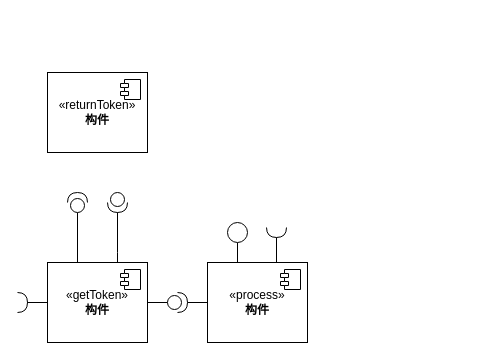
The draw.io diagram MXX-EXAMPLE-ATOMIC.drawio in WFUing/GRADUATION, before the edit. Source tidied: cells renumbered, new cells numbered last; positions are measured from the earlier drawing's top-left corner, leaving out a move shared by most shapes. Both pictures are drawn from the tidied source at 100%, with x=0, y=0 at pixel (17, 72).
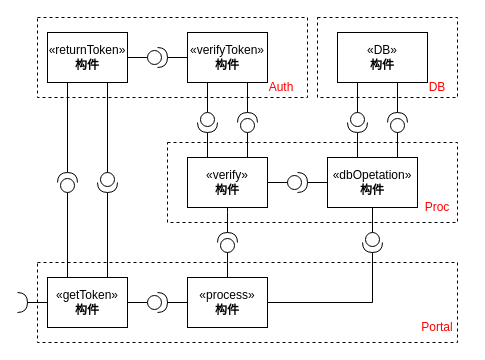
The same diagram, later.

What changed in the source:
```diff
@@
+    <mxCell id="21" style="rounded=0;whiteSpace=wrap;html=1;dashed=1;" parent="1" vertex="1">
+      <mxGeometry x="20" y="-55" width="270" height="80" as="geometry" />
+    </mxCell>
+    <mxCell id="22" style="rounded=0;whiteSpace=wrap;html=1;dashed=1;" parent="1" vertex="1">
+      <mxGeometry x="300" y="-55" width="140" height="80" as="geometry" />
+    </mxCell>
+    <mxCell id="23" style="rounded=0;whiteSpace=wrap;html=1;dashed=1;" parent="1" vertex="1">
+      <mxGeometry x="150" y="70" width="290" height="80" as="geometry" />
+    </mxCell>
+    <mxCell id="24" style="rounded=0;whiteSpace=wrap;html=1;dashed=1;" parent="1" vertex="1">
+      <mxGeometry x="20" y="190" width="420" height="80" as="geometry" />
+    </mxCell>
@@
     <mxCell id="4" value="«getToken»&lt;br&gt;&lt;b&gt;构件&lt;/b&gt;" style="html=1;whiteSpace=wrap;" parent="1" vertex="1">
-      <mxGeometry x="30" y="190" width="100" height="80" as="geometry" />
+      <mxGeometry x="30" y="205" width="80" height="50" as="geometry" />
     </mxCell>
-    <mxCell id="5" style="shape=module;jettyWidth=8;jettyHeight=4;" parent="4" vertex="1">
-      <mxGeometry x="1" width="20" height="20" relative="1" as="geometry">
-        <mxPoint x="-27" y="7" as="offset" />
-      </mxGeometry>
-    </mxCell>
-    <mxCell id="6" style="edgeStyle=orthogonalEdgeStyle;rounded=0;jettySize=auto;html=1;exitX=1;exitY=0.5;exitDx=0;exitDy=0;exitPerimeter=0;" parent="1" edge="1" source="17" target="8">
-      <mxGeometry relative="1" as="geometry" />
-    </mxCell>
+    <mxCell id="25" style="edgeStyle=orthogonalEdgeStyle;rounded=0;jettySize=auto;html=1;entryX=1;entryY=0.5;entryDx=0;entryDy=0;entryPerimeter=0;endArrow=none;endFill=0;" parent="1" edge="1" source="7" target="17">
+      <mxGeometry relative="1" as="geometry" />
+    </mxCell>
     <mxCell id="7" value="«process»&lt;br&gt;&lt;b&gt;构件&lt;/b&gt;" style="html=1;whiteSpace=wrap;" parent="1" vertex="1">
-      <mxGeometry x="190" y="190" width="100" height="80" as="geometry" />
+      <mxGeometry x="170" y="205" width="80" height="50" as="geometry" />
     </mxCell>
-    <mxCell id="8" style="shape=module;jettyWidth=8;jettyHeight=4;" parent="7" vertex="1">
-      <mxGeometry x="1" width="20" height="20" relative="1" as="geometry">
-        <mxPoint x="-27" y="7" as="offset" />
-      </mxGeometry>
-    </mxCell>
@@
-    <mxCell id="10" style="edgeStyle=orthogonalEdgeStyle;rounded=0;jettySize=auto;html=1;endArrow=none;endFill=0;entryX=0.5;entryY=0;entryDx=0;entryDy=0;" parent="1" edge="1" target="4">
+    <mxCell id="10" style="edgeStyle=orthogonalEdgeStyle;rounded=0;jettySize=auto;html=1;endArrow=none;endFill=0;entryX=0.5;entryY=0;entryDx=0;entryDy=0;exitX=0;exitY=0.5;exitDx=0;exitDy=0;exitPerimeter=0;" parent="1" edge="1" source="18" target="4">
       <mxGeometry relative="1" as="geometry">
-        <mxPoint x="60" y="140" as="sourcePoint" />
         <Array as="points">
-          <mxPoint x="60" y="190" />
+          <mxPoint x="50" y="205" />
         </Array>
       </mxGeometry>
     </mxCell>
-    <mxCell id="11" style="edgeStyle=orthogonalEdgeStyle;rounded=0;jettySize=auto;html=1;endArrow=none;endFill=0;" parent="1" edge="1" source="12" target="7">
-      <mxGeometry relative="1" as="geometry" />
-    </mxCell>
-    <mxCell id="12" style="ellipse;" parent="1" vertex="1">
-      <mxGeometry x="210" y="150" width="20" height="20" as="geometry" />
-    </mxCell>
-    <mxCell id="13" style="edgeStyle=orthogonalEdgeStyle;rounded=0;jettySize=auto;html=1;endArrow=none;endFill=0;" parent="1" edge="1" source="14" target="7">
-      <mxGeometry relative="1" as="geometry">
-        <Array as="points">
-          <mxPoint x="250" y="190" />
-          <mxPoint x="250" y="190" />
-        </Array>
-      </mxGeometry>
-    </mxCell>
-    <mxCell id="14" style="shape=requiredInterface;html=1;verticalLabelPosition=bottom;sketch=0;rotation=90;" parent="1" vertex="1">
-      <mxGeometry x="254" y="150" width="10" height="20" as="geometry" />
-    </mxCell>
     <mxCell id="15" value="«returnToken»&lt;br&gt;&lt;b&gt;构件&lt;/b&gt;" style="html=1;whiteSpace=wrap;" parent="1" vertex="1">
-      <mxGeometry x="30" width="100" height="80" as="geometry" />
+      <mxGeometry x="30" y="-40" width="80" height="50" as="geometry" />
     </mxCell>
-    <mxCell id="16" style="shape=module;jettyWidth=8;jettyHeight=4;" parent="15" vertex="1">
-      <mxGeometry x="1" width="20" height="20" relative="1" as="geometry">
-        <mxPoint x="-27" y="7" as="offset" />
-      </mxGeometry>
-    </mxCell>
     <mxCell id="17" style="shape=providedRequiredInterface;html=1;verticalLabelPosition=bottom;sketch=0;" parent="1" vertex="1">
-      <mxGeometry x="150" y="220" width="20" height="20" as="geometry" />
+      <mxGeometry x="130" y="220" width="20" height="20" as="geometry" />
     </mxCell>
     <mxCell id="18" style="shape=providedRequiredInterface;html=1;verticalLabelPosition=bottom;sketch=0;rotation=-90;" parent="1" vertex="1">
-      <mxGeometry x="50" y="120" width="20" height="20" as="geometry" />
+      <mxGeometry x="40" y="100" width="20" height="20" as="geometry" />
     </mxCell>
+    <mxCell id="20" style="shape=providedRequiredInterface;html=1;verticalLabelPosition=bottom;sketch=0;rotation=90;" parent="1" vertex="1">
+      <mxGeometry x="80" y="100" width="20" height="20" as="geometry" />
+    </mxCell>
+    <mxCell id="26" style="shape=providedRequiredInterface;html=1;verticalLabelPosition=bottom;sketch=0;rotation=0;" parent="1" vertex="1">
+      <mxGeometry x="130" y="-25" width="20" height="20" as="geometry" />
+    </mxCell>
+    <mxCell id="27" style="edgeStyle=orthogonalEdgeStyle;rounded=0;jettySize=auto;html=1;endArrow=none;endFill=0;exitX=1;exitY=0.5;exitDx=0;exitDy=0;entryX=0;entryY=0.5;entryDx=0;entryDy=0;entryPerimeter=0;" parent="1" edge="1" source="15" target="26">
+      <mxGeometry relative="1" as="geometry" />
+    </mxCell>
+    <mxCell id="28" value="«verify»&lt;br&gt;&lt;b&gt;构件&lt;/b&gt;" style="html=1;whiteSpace=wrap;" parent="1" vertex="1">
+      <mxGeometry x="170" y="85" width="80" height="50" as="geometry" />
+    </mxCell>
+    <mxCell id="29" value="«verifyToken»&lt;br&gt;&lt;b&gt;构件&lt;/b&gt;" style="html=1;whiteSpace=wrap;" parent="1" vertex="1">
+      <mxGeometry x="170" y="-40" width="80" height="50" as="geometry" />
+    </mxCell>
+    <mxCell id="30" style="edgeStyle=orthogonalEdgeStyle;rounded=0;jettySize=auto;html=1;endArrow=none;endFill=0;exitX=1;exitY=0.5;exitDx=0;exitDy=0;entryX=0;entryY=0.5;entryDx=0;entryDy=0;exitPerimeter=0;" parent="1" edge="1" source="26" target="29">
+      <mxGeometry relative="1" as="geometry" />
+    </mxCell>
+    <mxCell id="31" style="shape=providedRequiredInterface;html=1;verticalLabelPosition=bottom;sketch=0;rotation=-90;" parent="1" vertex="1">
+      <mxGeometry x="220" y="40" width="20" height="20" as="geometry" />
+    </mxCell>
+    <mxCell id="32" style="edgeStyle=orthogonalEdgeStyle;rounded=0;jettySize=auto;html=1;endArrow=none;endFill=0;exitX=0.5;exitY=1;exitDx=0;exitDy=0;entryX=1;entryY=0.5;entryDx=0;entryDy=0;entryPerimeter=0;" parent="1" edge="1" source="29" target="31">
+      <mxGeometry relative="1" as="geometry">
+        <Array as="points">
+          <mxPoint x="230" y="10" />
+        </Array>
+      </mxGeometry>
+    </mxCell>
+    <mxCell id="33" style="edgeStyle=orthogonalEdgeStyle;rounded=0;jettySize=auto;html=1;endArrow=none;endFill=0;exitX=0.5;exitY=1;exitDx=0;exitDy=0;entryX=0;entryY=0.5;entryDx=0;entryDy=0;entryPerimeter=0;" parent="1" edge="1" source="29" target="34">
+      <mxGeometry relative="1" as="geometry">
+        <Array as="points">
+          <mxPoint x="190" y="10" />
+        </Array>
+      </mxGeometry>
+    </mxCell>
+    <mxCell id="34" style="shape=providedRequiredInterface;html=1;verticalLabelPosition=bottom;sketch=0;rotation=90;" parent="1" vertex="1">
+      <mxGeometry x="180" y="40" width="20" height="20" as="geometry" />
+    </mxCell>
+    <mxCell id="35" value="«dbOpetation»&lt;br&gt;&lt;b&gt;构件&lt;/b&gt;" style="html=1;whiteSpace=wrap;" parent="1" vertex="1">
+      <mxGeometry x="310" y="85" width="90" height="50" as="geometry" />
+    </mxCell>
-    <mxCell id="19" style="edgeStyle=orthogonalEdgeStyle;rounded=0;jettySize=auto;html=1;endArrow=none;endFill=0;" parent="1" edge="1" source="20" target="4">
+    <mxCell id="19" style="edgeStyle=orthogonalEdgeStyle;rounded=0;jettySize=auto;html=1;endArrow=none;endFill=0;entryX=0.5;entryY=0;entryDx=0;entryDy=0;exitX=1;exitY=0.5;exitDx=0;exitDy=0;exitPerimeter=0;" parent="1" edge="1" source="20" target="4">
       <mxGeometry relative="1" as="geometry">
         <Array as="points">
-          <mxPoint x="100" y="180" />
-          <mxPoint x="100" y="180" />
+          <mxPoint x="90" y="205" />
         </Array>
       </mxGeometry>
     </mxCell>
-    <mxCell id="20" style="shape=providedRequiredInterface;html=1;verticalLabelPosition=bottom;sketch=0;rotation=90;" parent="1" vertex="1">
-      <mxGeometry x="90" y="120" width="20" height="20" as="geometry" />
-    </mxCell>
+    <mxCell id="36" style="edgeStyle=orthogonalEdgeStyle;rounded=0;jettySize=auto;html=1;endArrow=none;endFill=0;entryX=1;entryY=0.5;entryDx=0;entryDy=0;exitX=0.5;exitY=1;exitDx=0;exitDy=0;entryPerimeter=0;" parent="1" edge="1" source="15" target="18">
+      <mxGeometry relative="1" as="geometry">
+        <Array as="points">
+          <mxPoint x="50" y="10" />
+        </Array>
+      </mxGeometry>
+    </mxCell>
+    <mxCell id="37" style="edgeStyle=orthogonalEdgeStyle;rounded=0;jettySize=auto;html=1;endArrow=none;endFill=0;entryX=0;entryY=0.5;entryDx=0;entryDy=0;exitX=0.5;exitY=1;exitDx=0;exitDy=0;entryPerimeter=0;" parent="1" edge="1" source="15" target="20">
+      <mxGeometry relative="1" as="geometry">
+        <Array as="points">
+          <mxPoint x="90" y="10" />
+        </Array>
+      </mxGeometry>
+    </mxCell>
+    <mxCell id="38" style="edgeStyle=orthogonalEdgeStyle;rounded=0;jettySize=auto;html=1;endArrow=none;endFill=0;exitX=1;exitY=0.5;exitDx=0;exitDy=0;entryX=0.5;entryY=0;entryDx=0;entryDy=0;exitPerimeter=0;" parent="1" edge="1" source="34" target="28">
+      <mxGeometry relative="1" as="geometry">
+        <Array as="points">
+          <mxPoint x="190" y="85" />
+        </Array>
+      </mxGeometry>
+    </mxCell>
+    <mxCell id="39" style="edgeStyle=orthogonalEdgeStyle;rounded=0;jettySize=auto;html=1;endArrow=none;endFill=0;exitX=0;exitY=0.5;exitDx=0;exitDy=0;entryX=0.5;entryY=0;entryDx=0;entryDy=0;exitPerimeter=0;" parent="1" edge="1" source="31" target="28">
+      <mxGeometry relative="1" as="geometry">
+        <Array as="points">
+          <mxPoint x="230" y="85" />
+        </Array>
+      </mxGeometry>
+    </mxCell>
+    <mxCell id="40" style="shape=providedRequiredInterface;html=1;verticalLabelPosition=bottom;sketch=0;rotation=-90;" parent="1" vertex="1">
+      <mxGeometry x="200" y="160" width="20" height="20" as="geometry" />
+    </mxCell>
+    <mxCell id="41" style="edgeStyle=orthogonalEdgeStyle;rounded=0;jettySize=auto;html=1;endArrow=none;endFill=0;exitX=0.5;exitY=1;exitDx=0;exitDy=0;entryX=1;entryY=0.5;entryDx=0;entryDy=0;entryPerimeter=0;" parent="1" edge="1" source="28" target="40">
+      <mxGeometry relative="1" as="geometry">
+        <Array as="points">
+          <mxPoint x="210" y="140" />
+        </Array>
+      </mxGeometry>
+    </mxCell>
+    <mxCell id="42" style="edgeStyle=orthogonalEdgeStyle;rounded=0;jettySize=auto;html=1;endArrow=none;endFill=0;exitX=0;exitY=0.5;exitDx=0;exitDy=0;entryX=0.5;entryY=0;entryDx=0;entryDy=0;exitPerimeter=0;" parent="1" edge="1" source="40" target="7">
+      <mxGeometry relative="1" as="geometry">
+        <Array as="points">
+          <mxPoint x="210" y="190" />
+          <mxPoint x="210" y="190" />
+        </Array>
+      </mxGeometry>
+    </mxCell>
+    <mxCell id="43" style="shape=providedRequiredInterface;html=1;verticalLabelPosition=bottom;sketch=0;rotation=0;" parent="1" vertex="1">
+      <mxGeometry x="270" y="100" width="20" height="20" as="geometry" />
+    </mxCell>
+    <mxCell id="44" style="edgeStyle=orthogonalEdgeStyle;rounded=0;jettySize=auto;html=1;endArrow=none;endFill=0;entryX=0;entryY=0.5;entryDx=0;entryDy=0;entryPerimeter=0;exitX=1;exitY=0.5;exitDx=0;exitDy=0;" parent="1" edge="1" source="28" target="43">
+      <mxGeometry relative="1" as="geometry" />
+    </mxCell>
+    <mxCell id="45" style="edgeStyle=orthogonalEdgeStyle;rounded=0;jettySize=auto;html=1;endArrow=none;endFill=0;exitX=1;exitY=0.5;exitDx=0;exitDy=0;exitPerimeter=0;entryX=0;entryY=0.5;entryDx=0;entryDy=0;" parent="1" edge="1" source="43" target="35">
+      <mxGeometry relative="1" as="geometry" />
+    </mxCell>
+    <mxCell id="46" value="«DB»&lt;br&gt;&lt;b&gt;构件&lt;/b&gt;" style="html=1;whiteSpace=wrap;" parent="1" vertex="1">
+      <mxGeometry x="320" y="-40" width="90" height="50" as="geometry" />
+    </mxCell>
+    <mxCell id="47" style="shape=providedRequiredInterface;html=1;verticalLabelPosition=bottom;sketch=0;rotation=90;" parent="1" vertex="1">
+      <mxGeometry x="330" y="40" width="20" height="20" as="geometry" />
+    </mxCell>
+    <mxCell id="48" style="shape=providedRequiredInterface;html=1;verticalLabelPosition=bottom;sketch=0;rotation=-90;" parent="1" vertex="1">
+      <mxGeometry x="370" y="40" width="20" height="20" as="geometry" />
+    </mxCell>
+    <mxCell id="49" style="edgeStyle=orthogonalEdgeStyle;rounded=0;jettySize=auto;html=1;endArrow=none;endFill=0;exitX=0.5;exitY=1;exitDx=0;exitDy=0;entryX=0;entryY=0.5;entryDx=0;entryDy=0;entryPerimeter=0;" parent="1" edge="1" source="46" target="47">
+      <mxGeometry relative="1" as="geometry">
+        <Array as="points">
+          <mxPoint x="340" y="10" />
+        </Array>
+      </mxGeometry>
+    </mxCell>
+    <mxCell id="50" style="edgeStyle=orthogonalEdgeStyle;rounded=0;jettySize=auto;html=1;endArrow=none;endFill=0;exitX=0.5;exitY=1;exitDx=0;exitDy=0;entryX=1;entryY=0.5;entryDx=0;entryDy=0;entryPerimeter=0;" parent="1" edge="1" source="46" target="48">
+      <mxGeometry relative="1" as="geometry">
+        <Array as="points">
+          <mxPoint x="380" y="10" />
+        </Array>
+      </mxGeometry>
+    </mxCell>
+    <mxCell id="51" style="edgeStyle=orthogonalEdgeStyle;rounded=0;jettySize=auto;html=1;endArrow=none;endFill=0;exitX=1;exitY=0.5;exitDx=0;exitDy=0;entryX=0.5;entryY=0;entryDx=0;entryDy=0;exitPerimeter=0;" parent="1" edge="1" source="47" target="35">
+      <mxGeometry relative="1" as="geometry">
+        <Array as="points">
+          <mxPoint x="340" y="85" />
+        </Array>
+      </mxGeometry>
+    </mxCell>
+    <mxCell id="52" style="edgeStyle=orthogonalEdgeStyle;rounded=0;jettySize=auto;html=1;endArrow=none;endFill=0;exitX=0;exitY=0.5;exitDx=0;exitDy=0;entryX=0.5;entryY=0;entryDx=0;entryDy=0;exitPerimeter=0;" parent="1" edge="1" source="48" target="35">
+      <mxGeometry relative="1" as="geometry">
+        <Array as="points">
+          <mxPoint x="380" y="85" />
+        </Array>
+      </mxGeometry>
+    </mxCell>
+    <mxCell id="53" style="shape=providedRequiredInterface;html=1;verticalLabelPosition=bottom;sketch=0;rotation=90;" parent="1" vertex="1">
+      <mxGeometry x="345" y="160" width="20" height="20" as="geometry" />
+    </mxCell>
+    <mxCell id="54" style="edgeStyle=orthogonalEdgeStyle;rounded=0;jettySize=auto;html=1;endArrow=none;endFill=0;exitX=0.5;exitY=1;exitDx=0;exitDy=0;" parent="1" edge="1" source="35" target="53">
+      <mxGeometry relative="1" as="geometry">
+        <Array as="points">
+          <mxPoint x="355" y="135" />
+        </Array>
+      </mxGeometry>
+    </mxCell>
+    <mxCell id="55" style="edgeStyle=orthogonalEdgeStyle;rounded=0;jettySize=auto;html=1;endArrow=none;endFill=0;exitX=1;exitY=0.5;exitDx=0;exitDy=0;exitPerimeter=0;entryX=1;entryY=0.5;entryDx=0;entryDy=0;" parent="1" edge="1" source="53" target="7">
+      <mxGeometry relative="1" as="geometry">
+        <Array as="points">
+          <mxPoint x="355" y="230" />
+        </Array>
+      </mxGeometry>
+    </mxCell>
+    <mxCell id="56" value="&lt;font color=&quot;#ff0000&quot;&gt;Auth&lt;/font&gt;" style="text;strokeColor=none;align=center;fillColor=none;html=1;verticalAlign=middle;whiteSpace=wrap;rounded=0;" parent="1" vertex="1">
+      <mxGeometry x="234" width="60" height="30" as="geometry" />
+    </mxCell>
+    <mxCell id="57" value="&lt;font color=&quot;#ff0000&quot;&gt;DB&lt;/font&gt;" style="text;strokeColor=none;align=center;fillColor=none;html=1;verticalAlign=middle;whiteSpace=wrap;rounded=0;" parent="1" vertex="1">
+      <mxGeometry x="390" width="60" height="30" as="geometry" />
+    </mxCell>
+    <mxCell id="58" value="&lt;font color=&quot;#ff0000&quot;&gt;Proc&lt;/font&gt;" style="text;strokeColor=none;align=center;fillColor=none;html=1;verticalAlign=middle;whiteSpace=wrap;rounded=0;" parent="1" vertex="1">
+      <mxGeometry x="390" y="120" width="60" height="30" as="geometry" />
+    </mxCell>
+    <mxCell id="59" value="&lt;font color=&quot;#ff0000&quot;&gt;Portal&lt;/font&gt;" style="text;strokeColor=none;align=center;fillColor=none;html=1;verticalAlign=middle;whiteSpace=wrap;rounded=0;" parent="1" vertex="1">
+      <mxGeometry x="390" y="240" width="60" height="30" as="geometry" />
+    </mxCell>
```
